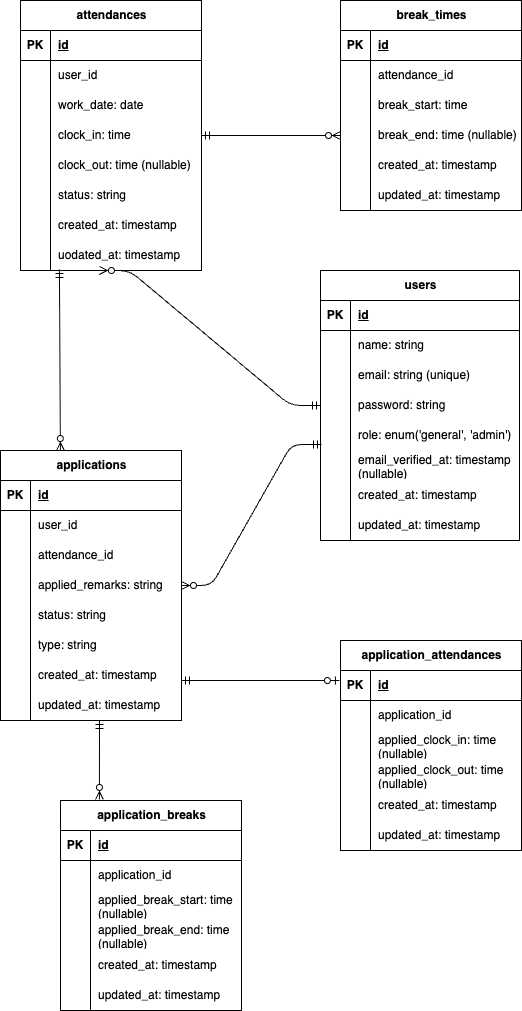
This is ER.drawio.png from Yumi-86/Attendance-Management, a draw.io export, as it was before one commit. Source tidied: cells renumbered, new cells last; positions are measured from the earlier drawing's top-left corner, leaving out a move shared by most shapes.
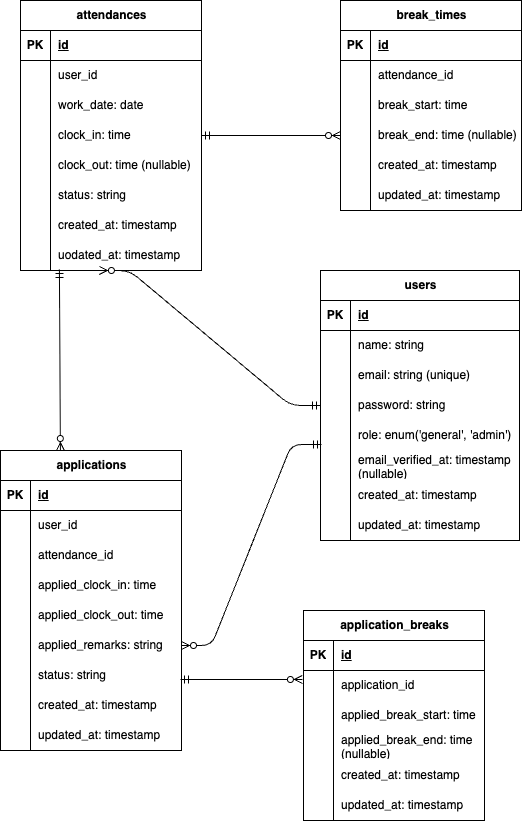
The same diagram one commit later.

Diff of the diagram source:
```diff
@@ -135,7 +135,7 @@
       <mxGeometry x="30" width="169" height="30" as="geometry" />
     </mxCell>
     <mxCell id="46" value="applications" style="shape=table;startSize=30;rowLines=0;fontStyle=1;align=center;html=1;" parent="1" vertex="1">
-      <mxGeometry y="450" width="181" height="270" as="geometry" />
+      <mxGeometry y="450" width="181" height="300" as="geometry" />
     </mxCell>
     <mxCell id="47" style="shape=tableRow;horizontal=0;startSize=0;swimlaneHead=0;swimlaneBody=0;fillColor=none;top=0;left=0;right=0;bottom=1;" parent="46" vertex="1">
       <mxGeometry y="30" width="181" height="30" as="geometry" />
@@ -164,8 +164,26 @@
     <mxCell id="55" value="attendance_id" style="shape=partialRectangle;fillColor=none;top=0;left=0;bottom=0;right=0;align=left;spacingLeft=6;overflow=hidden;whiteSpace=wrap;html=1;" parent="53" vertex="1">
       <mxGeometry x="30" width="151" height="30" as="geometry" />
     </mxCell>
+    <mxCell id="100" style="shape=tableRow;horizontal=0;startSize=0;swimlaneHead=0;swimlaneBody=0;fillColor=none;top=0;left=0;right=0;bottom=0;" parent="46" vertex="1">
+      <mxGeometry y="120" width="181" height="30" as="geometry" />
+    </mxCell>
+    <mxCell id="140" style="shape=partialRectangle;fillColor=none;top=0;left=0;bottom=0;right=0;overflow=hidden;whiteSpace=wrap;html=1;" parent="100" vertex="1">
+      <mxGeometry width="30" height="30" as="geometry" />
+    </mxCell>
+    <mxCell id="141" value="applied_clock_in: time" style="shape=partialRectangle;fillColor=none;top=0;left=0;bottom=0;right=0;align=left;spacingLeft=6;overflow=hidden;whiteSpace=wrap;html=1;" parent="100" vertex="1">
+      <mxGeometry x="30" width="151" height="30" as="geometry" />
+    </mxCell>
+    <mxCell id="103" style="shape=tableRow;horizontal=0;startSize=0;swimlaneHead=0;swimlaneBody=0;fillColor=none;top=0;left=0;right=0;bottom=0;" parent="46" vertex="1">
+      <mxGeometry y="150" width="181" height="30" as="geometry" />
+    </mxCell>
+    <mxCell id="142" style="shape=partialRectangle;fillColor=none;top=0;left=0;bottom=0;right=0;overflow=hidden;whiteSpace=wrap;html=1;" parent="103" vertex="1">
+      <mxGeometry width="30" height="30" as="geometry" />
+    </mxCell>
+    <mxCell id="143" value="applied_clock_out: time" style="shape=partialRectangle;fillColor=none;top=0;left=0;bottom=0;right=0;align=left;spacingLeft=6;overflow=hidden;whiteSpace=wrap;html=1;" parent="103" vertex="1">
+      <mxGeometry x="30" width="151" height="30" as="geometry" />
+    </mxCell>
     <mxCell id="56" style="shape=tableRow;horizontal=0;startSize=0;swimlaneHead=0;swimlaneBody=0;fillColor=none;points=[[0,0.5],[1,0.5]];portConstraint=eastwest;top=0;left=0;right=0;bottom=0;" parent="46" vertex="1">
-      <mxGeometry y="120" width="181" height="30" as="geometry" />
+      <mxGeometry y="180" width="181" height="30" as="geometry" />
     </mxCell>
     <mxCell id="57" style="shape=partialRectangle;fillColor=none;top=0;left=0;bottom=0;right=0;overflow=hidden;whiteSpace=wrap;html=1;" parent="56" vertex="1">
       <mxGeometry width="30" height="30" as="geometry" />
@@ -174,7 +192,7 @@
       <mxGeometry x="30" width="151" height="30" as="geometry" />
     </mxCell>
     <mxCell id="59" style="shape=tableRow;horizontal=0;startSize=0;swimlaneHead=0;swimlaneBody=0;fillColor=none;top=0;left=0;right=0;bottom=0;" parent="46" vertex="1">
-      <mxGeometry y="150" width="181" height="30" as="geometry" />
+      <mxGeometry y="210" width="181" height="30" as="geometry" />
     </mxCell>
     <mxCell id="60" style="shape=partialRectangle;fillColor=none;top=0;left=0;bottom=0;right=0;overflow=hidden;whiteSpace=wrap;html=1;" parent="59" vertex="1">
       <mxGeometry width="30" height="30" as="geometry" />
@@ -182,17 +200,8 @@
     <mxCell id="61" value="status: string" style="shape=partialRectangle;fillColor=none;top=0;left=0;bottom=0;right=0;align=left;spacingLeft=6;overflow=hidden;whiteSpace=wrap;html=1;" parent="59" vertex="1">
       <mxGeometry x="30" width="151" height="30" as="geometry" />
     </mxCell>
-    <mxCell id="62" style="shape=tableRow;horizontal=0;startSize=0;swimlaneHead=0;swimlaneBody=0;fillColor=none;top=0;left=0;right=0;bottom=0;" parent="46" vertex="1">
-      <mxGeometry y="180" width="181" height="30" as="geometry" />
-    </mxCell>
-    <mxCell id="63" style="shape=partialRectangle;fillColor=none;top=0;left=0;bottom=0;right=0;overflow=hidden;whiteSpace=wrap;html=1;" parent="62" vertex="1">
-      <mxGeometry width="30" height="30" as="geometry" />
-    </mxCell>
-    <mxCell id="64" value="type: string" style="shape=partialRectangle;fillColor=none;top=0;left=0;bottom=0;right=0;align=left;spacingLeft=6;overflow=hidden;whiteSpace=wrap;html=1;" parent="62" vertex="1">
-      <mxGeometry x="30" width="151" height="30" as="geometry" />
-    </mxCell>
     <mxCell id="65" style="shape=tableRow;horizontal=0;startSize=0;swimlaneHead=0;swimlaneBody=0;fillColor=none;top=0;left=0;right=0;bottom=0;" parent="46" vertex="1">
-      <mxGeometry y="210" width="181" height="30" as="geometry" />
+      <mxGeometry y="240" width="181" height="30" as="geometry" />
     </mxCell>
     <mxCell id="66" style="shape=partialRectangle;fillColor=none;top=0;left=0;bottom=0;right=0;overflow=hidden;whiteSpace=wrap;html=1;" parent="65" vertex="1">
       <mxGeometry width="30" height="30" as="geometry" />
@@ -201,7 +210,7 @@
       <mxGeometry x="30" width="151" height="30" as="geometry" />
     </mxCell>
     <mxCell id="68" style="shape=tableRow;horizontal=0;startSize=0;swimlaneHead=0;swimlaneBody=0;fillColor=none;points=[[0,0.5],[1,0.5]];portConstraint=eastwest;top=0;left=0;right=0;bottom=0;" parent="46" vertex="1">
-      <mxGeometry y="240" width="181" height="30" as="geometry" />
+      <mxGeometry y="270" width="181" height="30" as="geometry" />
     </mxCell>
     <mxCell id="69" style="shape=partialRectangle;fillColor=none;top=0;left=0;bottom=0;right=0;overflow=hidden;whiteSpace=wrap;html=1;" parent="68" vertex="1">
       <mxGeometry width="30" height="30" as="geometry" />
@@ -210,7 +219,7 @@
       <mxGeometry x="30" width="151" height="30" as="geometry" />
     </mxCell>
     <mxCell id="71" value="application_breaks" style="shape=table;startSize=30;rowLines=0;fontStyle=1;align=center;html=1;" parent="1" vertex="1">
-      <mxGeometry x="60" y="800" width="181" height="210" as="geometry" />
+      <mxGeometry x="303" y="610" width="181" height="210" as="geometry" />
     </mxCell>
     <mxCell id="72" style="shape=tableRow;horizontal=0;startSize=0;swimlaneHead=0;swimlaneBody=0;fillColor=none;top=0;left=0;right=0;bottom=1;" parent="71" vertex="1">
       <mxGeometry y="30" width="181" height="30" as="geometry" />
@@ -236,7 +245,7 @@
     <mxCell id="79" style="shape=partialRectangle;fillColor=none;top=0;left=0;bottom=0;right=0;overflow=hidden;whiteSpace=wrap;html=1;" parent="78" vertex="1">
       <mxGeometry width="30" height="30" as="geometry" />
     </mxCell>
-    <mxCell id="80" value="applied_break_start: time&lt;div&gt;(nullable)&lt;/div&gt;" style="shape=partialRectangle;fillColor=none;top=0;left=0;bottom=0;right=0;align=left;spacingLeft=6;overflow=hidden;whiteSpace=wrap;html=1;" parent="78" vertex="1">
+    <mxCell id="80" value="applied_break_start: time" style="shape=partialRectangle;fillColor=none;top=0;left=0;bottom=0;right=0;align=left;spacingLeft=6;overflow=hidden;whiteSpace=wrap;html=1;" parent="78" vertex="1">
       <mxGeometry x="30" width="151" height="30" as="geometry" />
     </mxCell>
     <mxCell id="81" style="shape=tableRow;horizontal=0;startSize=0;swimlaneHead=0;swimlaneBody=0;fillColor=none;top=0;left=0;right=0;bottom=0;" parent="71" vertex="1">
@@ -266,63 +275,6 @@
     <mxCell id="89" value="updated_at: timestamp" style="shape=partialRectangle;fillColor=none;top=0;left=0;bottom=0;right=0;align=left;spacingLeft=6;overflow=hidden;whiteSpace=wrap;html=1;" parent="87" vertex="1">
       <mxGeometry x="30" width="151" height="30" as="geometry" />
     </mxCell>
-    <mxCell id="90" value="application_attendances" style="shape=table;startSize=30;rowLines=0;fontStyle=1;align=center;html=1;" parent="1" vertex="1">
-      <mxGeometry x="340" y="640" width="181" height="210" as="geometry" />
-    </mxCell>
-    <mxCell id="91" style="shape=tableRow;horizontal=0;startSize=0;swimlaneHead=0;swimlaneBody=0;fillColor=none;top=0;left=0;right=0;bottom=1;" parent="90" vertex="1">
-      <mxGeometry y="30" width="181" height="30" as="geometry" />
-    </mxCell>
-    <mxCell id="92" value="PK" style="shape=partialRectangle;fillColor=none;top=0;left=0;bottom=0;right=0;fontStyle=1;overflow=hidden;whiteSpace=wrap;html=1;" parent="91" vertex="1">
-      <mxGeometry width="30" height="30" as="geometry" />
-    </mxCell>
-    <mxCell id="93" value="id" style="shape=partialRectangle;fillColor=none;top=0;left=0;bottom=0;right=0;align=left;spacingLeft=6;fontStyle=5;overflow=hidden;whiteSpace=wrap;html=1;" parent="91" vertex="1">
-      <mxGeometry x="30" width="151" height="30" as="geometry" />
-    </mxCell>
-    <mxCell id="94" style="shape=tableRow;horizontal=0;startSize=0;swimlaneHead=0;swimlaneBody=0;fillColor=none;top=0;left=0;right=0;bottom=0;" parent="90" vertex="1">
-      <mxGeometry y="60" width="181" height="30" as="geometry" />
-    </mxCell>
-    <mxCell id="95" style="shape=partialRectangle;fillColor=none;top=0;left=0;bottom=0;right=0;overflow=hidden;whiteSpace=wrap;html=1;" parent="94" vertex="1">
-      <mxGeometry width="30" height="30" as="geometry" />
-    </mxCell>
-    <mxCell id="96" value="application_id" style="shape=partialRectangle;fillColor=none;top=0;left=0;bottom=0;right=0;align=left;spacingLeft=6;overflow=hidden;whiteSpace=wrap;html=1;" parent="94" vertex="1">
-      <mxGeometry x="30" width="151" height="30" as="geometry" />
-    </mxCell>
-    <mxCell id="97" style="shape=tableRow;horizontal=0;startSize=0;swimlaneHead=0;swimlaneBody=0;fillColor=none;top=0;left=0;right=0;bottom=0;" parent="90" vertex="1">
-      <mxGeometry y="90" width="181" height="30" as="geometry" />
-    </mxCell>
-    <mxCell id="98" style="shape=partialRectangle;fillColor=none;top=0;left=0;bottom=0;right=0;overflow=hidden;whiteSpace=wrap;html=1;" parent="97" vertex="1">
-      <mxGeometry width="30" height="30" as="geometry" />
-    </mxCell>
-    <mxCell id="99" value="applied_clock_in: time&lt;div&gt;(nullable)&lt;/div&gt;" style="shape=partialRectangle;fillColor=none;top=0;left=0;bottom=0;right=0;align=left;spacingLeft=6;overflow=hidden;whiteSpace=wrap;html=1;" parent="97" vertex="1">
-      <mxGeometry x="30" width="151" height="30" as="geometry" />
-    </mxCell>
-    <mxCell id="100" style="shape=tableRow;horizontal=0;startSize=0;swimlaneHead=0;swimlaneBody=0;fillColor=none;top=0;left=0;right=0;bottom=0;" parent="90" vertex="1">
-      <mxGeometry y="120" width="181" height="30" as="geometry" />
-    </mxCell>
-    <mxCell id="101" style="shape=partialRectangle;fillColor=none;top=0;left=0;bottom=0;right=0;overflow=hidden;whiteSpace=wrap;html=1;" parent="100" vertex="1">
-      <mxGeometry width="30" height="30" as="geometry" />
-    </mxCell>
-    <mxCell id="102" value="applied_clock_out: time&lt;div&gt;(nullable)&lt;/div&gt;" style="shape=partialRectangle;fillColor=none;top=0;left=0;bottom=0;right=0;align=left;spacingLeft=6;overflow=hidden;whiteSpace=wrap;html=1;" parent="100" vertex="1">
-      <mxGeometry x="30" width="151" height="30" as="geometry" />
-    </mxCell>
-    <mxCell id="103" style="shape=tableRow;horizontal=0;startSize=0;swimlaneHead=0;swimlaneBody=0;fillColor=none;top=0;left=0;right=0;bottom=0;" parent="90" vertex="1">
-      <mxGeometry y="150" width="181" height="30" as="geometry" />
-    </mxCell>
-    <mxCell id="104" style="shape=partialRectangle;fillColor=none;top=0;left=0;bottom=0;right=0;overflow=hidden;whiteSpace=wrap;html=1;" parent="103" vertex="1">
-      <mxGeometry width="30" height="30" as="geometry" />
-    </mxCell>
-    <mxCell id="105" value="created_at: timestamp" style="shape=partialRectangle;fillColor=none;top=0;left=0;bottom=0;right=0;align=left;spacingLeft=6;overflow=hidden;whiteSpace=wrap;html=1;" parent="103" vertex="1">
-      <mxGeometry x="30" width="151" height="30" as="geometry" />
-    </mxCell>
-    <mxCell id="106" style="shape=tableRow;horizontal=0;startSize=0;swimlaneHead=0;swimlaneBody=0;fillColor=none;top=0;left=0;right=0;bottom=0;" parent="90" vertex="1">
-      <mxGeometry y="180" width="181" height="30" as="geometry" />
-    </mxCell>
-    <mxCell id="107" style="shape=partialRectangle;fillColor=none;top=0;left=0;bottom=0;right=0;overflow=hidden;whiteSpace=wrap;html=1;" parent="106" vertex="1">
-      <mxGeometry width="30" height="30" as="geometry" />
-    </mxCell>
-    <mxCell id="108" value="updated_at: timestamp" style="shape=partialRectangle;fillColor=none;top=0;left=0;bottom=0;right=0;align=left;spacingLeft=6;overflow=hidden;whiteSpace=wrap;html=1;" parent="106" vertex="1">
-      <mxGeometry x="30" width="151" height="30" as="geometry" />
-    </mxCell>
     <mxCell id="109" value="attendances" style="shape=table;startSize=30;rowLines=0;fontStyle=1;align=center;html=1;" parent="1" vertex="1">
       <mxGeometry x="20" width="181" height="270" as="geometry" />
     </mxCell>
@@ -410,14 +362,10 @@
     <mxCell id="137" style="fontSize=12;html=1;endArrow=ERzeroToMany;startArrow=ERmandOne;exitX=0.215;exitY=0.967;exitDx=0;exitDy=0;exitPerimeter=0;entryX=0.331;entryY=0;entryDx=0;entryDy=0;entryPerimeter=0;" parent="1" edge="1" source="131" target="46">
       <mxGeometry relative="1" as="geometry" />
     </mxCell>
-    <mxCell id="138" style="fontSize=12;html=1;endArrow=ERzeroToMany;startArrow=ERmandOne;exitX=0.547;exitY=1;exitDx=0;exitDy=0;exitPerimeter=0;entryX=0.215;entryY=-0.005;entryDx=0;entryDy=0;entryPerimeter=0;" parent="1" edge="1" source="68" target="71">
-      <mxGeometry relative="1" as="geometry" />
+    <mxCell id="138" style="fontSize=12;html=1;endArrow=ERzeroToMany;startArrow=ERmandOne;entryX=-0.006;entryY=0.3;entryDx=0;entryDy=0;entryPerimeter=0;" parent="1" edge="1" target="75">
+      <mxGeometry relative="1" as="geometry">
+        <mxPoint x="180" y="679" as="sourcePoint" />
+      </mxGeometry>
     </mxCell>
-    <mxCell id="139" style="edgeStyle=entityRelationEdgeStyle;fontSize=12;html=1;endArrow=ERzeroToOne;startArrow=ERmandOne;exitX=1.017;exitY=0.2;exitDx=0;exitDy=0;exitPerimeter=0;entryX=0.011;entryY=0.124;entryDx=0;entryDy=0;entryPerimeter=0;" parent="1" edge="1">
-      <mxGeometry relative="1" as="geometry">
-        <mxPoint x="181" y="680" as="sourcePoint" />
-        <mxPoint x="338.9" y="680" as="targetPoint" />
-      </mxGeometry>
-    </mxCell>
   </root>
 </mxGraphModel>
```
